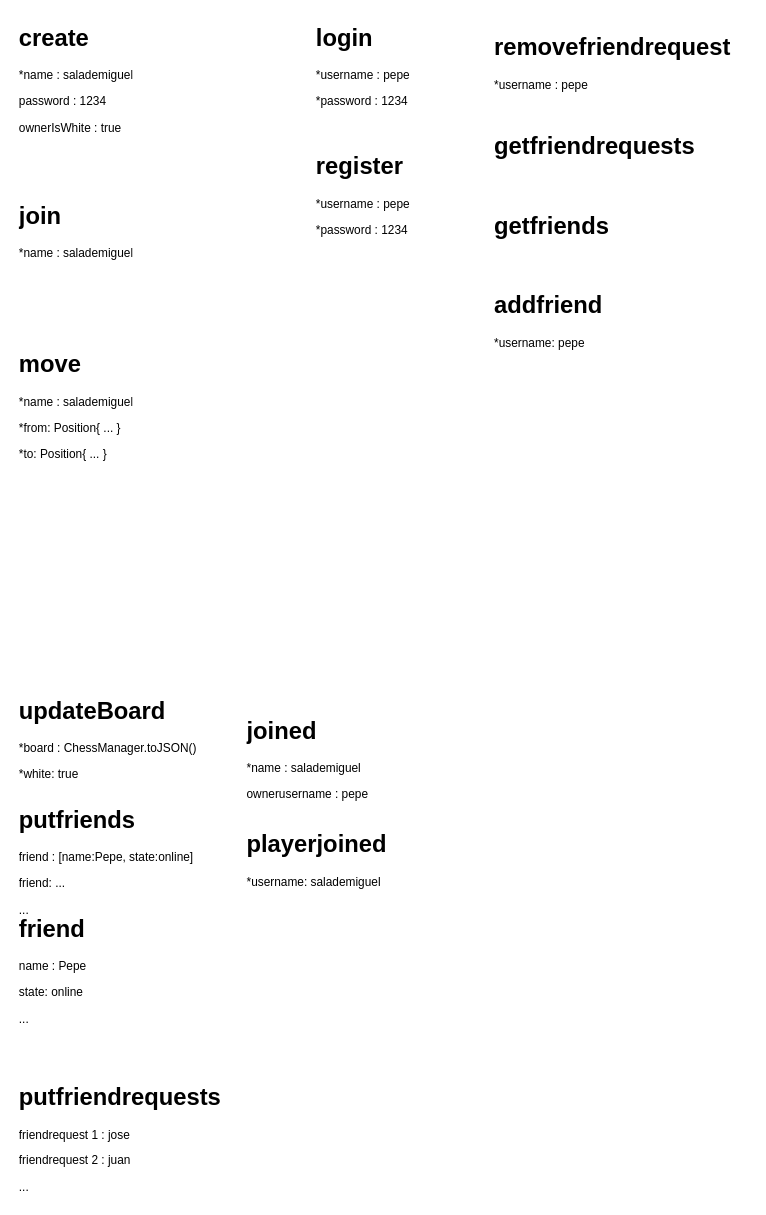
Before: page "Requests" (5 of 5) of Diagramas_Servidor.drawio in MGermanico/TFGChess, a draw.io diagram. Source tidied: cells renumbered, new cells numbered last; positions are measured from the earlier drawing's top-left corner, leaving out a move shared by most shapes. Both pictures are drawn from the tidied source at 99%, with x=0, y=0 at pixel (17, 17).
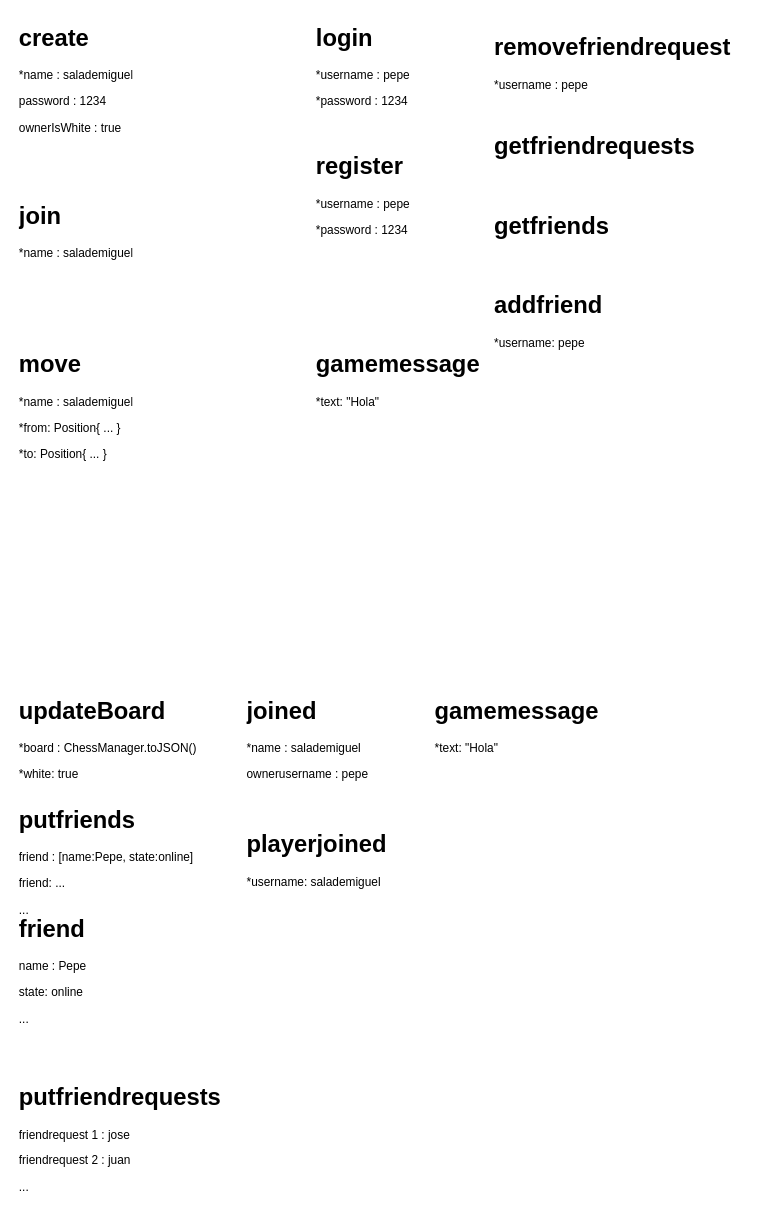
The same page after the edit.

The edit, as a diff of the source:
```diff
@@
 <mxGraphModel>
   <root>
     <mxCell id="0" />
     <mxCell id="1" parent="0" />
     <mxCell id="2" value="&lt;h1 style=&quot;margin-top: 0px;&quot;&gt;create&lt;/h1&gt;&lt;p&gt;*name : salademiguel&lt;/p&gt;&lt;p&gt;password : 1234&lt;/p&gt;&lt;p&gt;ownerIsWhite : true&lt;/p&gt;" style="text;html=1;whiteSpace=wrap;overflow=hidden;rounded=0;" parent="1" vertex="1">
       <mxGeometry width="180" height="120" as="geometry" />
     </mxCell>
     <mxCell id="3" value="&lt;h1 style=&quot;margin-top: 0px;&quot;&gt;login&lt;/h1&gt;&lt;p&gt;*username : pepe&lt;/p&gt;&lt;p&gt;*password : 1234&lt;/p&gt;" style="text;html=1;whiteSpace=wrap;overflow=hidden;rounded=0;" parent="1" vertex="1">
       <mxGeometry x="300" width="180" height="120" as="geometry" />
     </mxCell>
     <mxCell id="4" value="&lt;h1 style=&quot;margin-top: 0px;&quot;&gt;register&lt;/h1&gt;&lt;p&gt;*username : pepe&lt;/p&gt;&lt;p&gt;*password : 1234&lt;/p&gt;" style="text;html=1;whiteSpace=wrap;overflow=hidden;rounded=0;" parent="1" vertex="1">
       <mxGeometry x="300" y="130" width="180" height="120" as="geometry" />
     </mxCell>
     <mxCell id="5" value="&lt;h1 style=&quot;margin-top: 0px;&quot;&gt;join&lt;/h1&gt;&lt;p&gt;*name : salademiguel&lt;br&gt;&lt;/p&gt;" style="text;html=1;whiteSpace=wrap;overflow=hidden;rounded=0;" parent="1" vertex="1">
       <mxGeometry y="180" width="180" height="120" as="geometry" />
     </mxCell>
     <mxCell id="6" value="&lt;h1 style=&quot;margin-top: 0px;&quot;&gt;move&lt;/h1&gt;&lt;p&gt;*name : salademiguel&lt;/p&gt;&lt;p&gt;*from: Position{ ... }&lt;/p&gt;&lt;p&gt;*to: Position{ ... }&lt;/p&gt;" style="text;html=1;whiteSpace=wrap;overflow=hidden;rounded=0;" parent="1" vertex="1">
       <mxGeometry y="330" width="180" height="120" as="geometry" />
     </mxCell>
     <mxCell id="7" value="&lt;h1 style=&quot;margin-top: 0px;&quot;&gt;updateBoard&lt;/h1&gt;&lt;p&gt;*board : ChessManager.toJSON()&lt;/p&gt;&lt;p&gt;*white: true&lt;/p&gt;" style="text;html=1;whiteSpace=wrap;overflow=hidden;rounded=0;" parent="1" vertex="1">
       <mxGeometry y="680" width="190" height="120" as="geometry" />
     </mxCell>
     <mxCell id="8" value="&lt;h1 style=&quot;margin-top: 0px;&quot;&gt;joined&lt;/h1&gt;&lt;p&gt;*name : salademiguel&lt;br&gt;&lt;/p&gt;&lt;p&gt;ownerusername : pepe&lt;/p&gt;" style="text;html=1;whiteSpace=wrap;overflow=hidden;rounded=0;" parent="1" vertex="1">
-      <mxGeometry x="230" y="700" width="180" height="120" as="geometry" />
+      <mxGeometry x="230" y="680" width="180" height="120" as="geometry" />
     </mxCell>
     <mxCell id="9" value="&lt;h1 style=&quot;margin-top: 0px;&quot;&gt;playerjoined&lt;/h1&gt;&lt;p&gt;*username: salademiguel&lt;br&gt;&lt;/p&gt;" style="text;html=1;whiteSpace=wrap;overflow=hidden;rounded=0;" parent="1" vertex="1">
       <mxGeometry x="230" y="815" width="180" height="120" as="geometry" />
     </mxCell>
     <mxCell id="10" value="&lt;h1 style=&quot;margin-top: 0px;&quot;&gt;addfriend&lt;/h1&gt;&lt;p&gt;*username: pepe&lt;br&gt;&lt;/p&gt;" style="text;html=1;whiteSpace=wrap;overflow=hidden;rounded=0;" parent="1" vertex="1">
       <mxGeometry x="480" y="270" width="180" height="120" as="geometry" />
     </mxCell>
     <mxCell id="11" value="&lt;h1 style=&quot;margin-top: 0px;&quot;&gt;getfriends&lt;/h1&gt;&lt;p&gt;&lt;br&gt;&lt;/p&gt;" style="text;html=1;whiteSpace=wrap;overflow=hidden;rounded=0;" parent="1" vertex="1">
       <mxGeometry x="480" y="190" width="180" height="120" as="geometry" />
     </mxCell>
     <mxCell id="12" value="&lt;h1 style=&quot;margin-top: 0px;&quot;&gt;putfriends&lt;/h1&gt;&lt;p&gt;friend : [name:Pepe, state:online]&lt;/p&gt;&lt;p&gt;friend: ...&lt;/p&gt;&lt;p&gt;...&lt;/p&gt;" style="text;html=1;whiteSpace=wrap;overflow=hidden;rounded=0;" parent="1" vertex="1">
       <mxGeometry y="790" width="180" height="120" as="geometry" />
     </mxCell>
     <mxCell id="13" value="&lt;h1 style=&quot;margin-top: 0px;&quot;&gt;getfriendrequests&lt;/h1&gt;&lt;p&gt;&lt;br&gt;&lt;/p&gt;" style="text;html=1;whiteSpace=wrap;overflow=hidden;rounded=0;" parent="1" vertex="1">
       <mxGeometry x="480" y="110" width="220" height="120" as="geometry" />
     </mxCell>
     <mxCell id="14" value="&lt;h1 style=&quot;margin-top: 0px;&quot;&gt;putfriendrequests&lt;/h1&gt;&lt;p&gt;friendrequest 1 : jose&lt;/p&gt;&lt;p&gt;friendrequest 2 : juan&lt;/p&gt;&lt;p&gt;...&lt;/p&gt;" style="text;html=1;whiteSpace=wrap;overflow=hidden;rounded=0;" parent="1" vertex="1">
       <mxGeometry y="1070" width="220" height="120" as="geometry" />
     </mxCell>
     <mxCell id="15" value="&lt;h1 style=&quot;margin-top: 0px;&quot;&gt;removefriendrequest&lt;/h1&gt;&lt;p&gt;*username : pepe&lt;/p&gt;" style="text;html=1;whiteSpace=wrap;overflow=hidden;rounded=0;" parent="1" vertex="1">
       <mxGeometry x="480" y="10" width="260" height="120" as="geometry" />
     </mxCell>
     <mxCell id="16" value="&lt;h1 style=&quot;margin-top: 0px;&quot;&gt;friend&lt;/h1&gt;&lt;p&gt;name : Pepe&lt;/p&gt;&lt;p&gt;state: online&lt;/p&gt;&lt;p&gt;...&lt;/p&gt;" style="text;html=1;whiteSpace=wrap;overflow=hidden;rounded=0;" parent="1" vertex="1">
       <mxGeometry y="900" width="180" height="120" as="geometry" />
     </mxCell>
+    <mxCell id="17" value="&lt;h1 style=&quot;margin-top: 0px;&quot;&gt;gamemessage&lt;/h1&gt;&lt;p&gt;*text: &quot;Hola&quot;&lt;/p&gt;" style="text;html=1;whiteSpace=wrap;overflow=hidden;rounded=0;" parent="1" vertex="1">
+      <mxGeometry x="300" y="330" width="180" height="120" as="geometry" />
+    </mxCell>
+    <mxCell id="18" value="&lt;h1 style=&quot;margin-top: 0px;&quot;&gt;gamemessage&lt;/h1&gt;&lt;p&gt;*text: &quot;Hola&quot;&lt;/p&gt;" style="text;html=1;whiteSpace=wrap;overflow=hidden;rounded=0;" parent="1" vertex="1">
+      <mxGeometry x="420" y="680" width="180" height="120" as="geometry" />
+    </mxCell>
   </root>
 </mxGraphModel>
```
